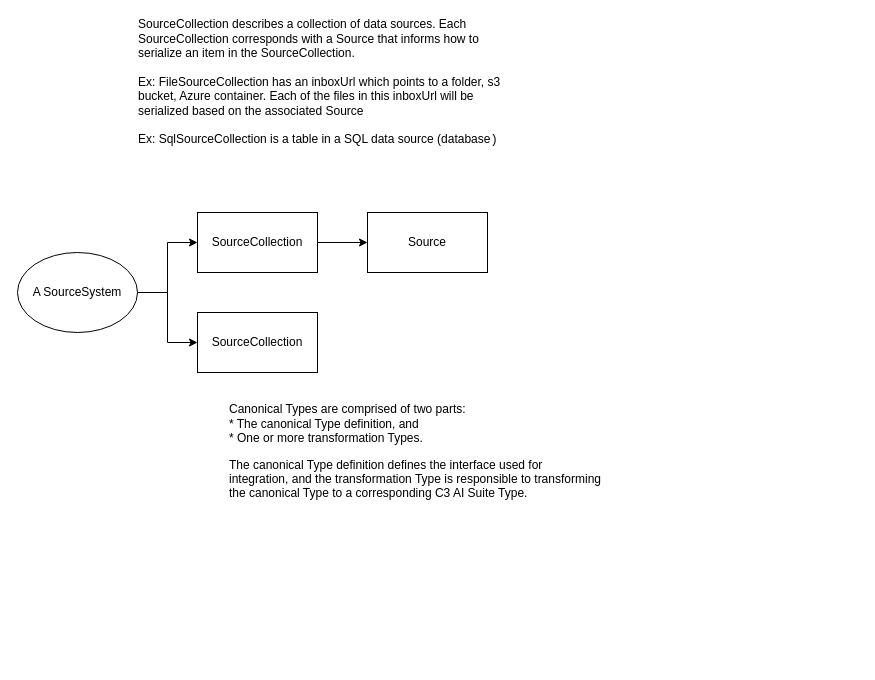
This is DataIntegration.drawio from c3-tiffanyhui/coursera, a draw.io file, before an edit. Source tidied: cells renumbered, new cells numbered last; positions are measured from the earlier drawing's top-left corner, leaving out a move shared by most shapes. Both pictures are drawn from the tidied source at 100%, with x=0, y=0 at pixel (17, 22).
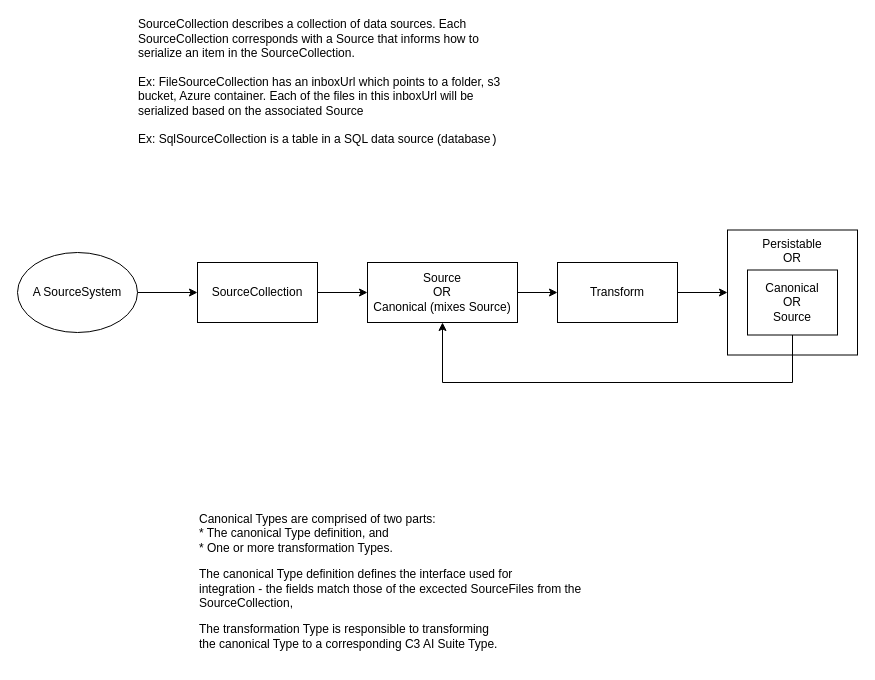
After the change.

Commit message:
Complete pipeline

The edit, as a diff of the source:
```diff
@@
 <mxGraphModel>
   <root>
     <mxCell id="0" />
     <mxCell id="1" parent="0" />
     <mxCell id="2" style="edgeStyle=orthogonalEdgeStyle;rounded=0;jettySize=auto;html=1;exitX=1;exitY=0.5;exitDx=0;exitDy=0;entryX=0;entryY=0.5;entryDx=0;entryDy=0;" parent="1" edge="1" source="4" target="6">
       <mxGeometry relative="1" as="geometry" />
     </mxCell>
-    <mxCell id="3" style="edgeStyle=orthogonalEdgeStyle;rounded=0;jettySize=auto;html=1;exitX=1;exitY=0.5;exitDx=0;exitDy=0;entryX=0;entryY=0.5;entryDx=0;entryDy=0;" parent="1" edge="1" source="4" target="7">
-      <mxGeometry relative="1" as="geometry" />
-    </mxCell>
     <mxCell id="4" value="A SourceSystem" style="ellipse;whiteSpace=wrap;html=1;" parent="1" vertex="1">
       <mxGeometry y="230" width="120" height="80" as="geometry" />
     </mxCell>
     <mxCell id="5" style="edgeStyle=orthogonalEdgeStyle;rounded=0;jettySize=auto;html=1;" parent="1" edge="1" source="6" target="10">
       <mxGeometry relative="1" as="geometry" />
     </mxCell>
     <mxCell id="6" value="SourceCollection" style="rounded=0;whiteSpace=wrap;html=1;" parent="1" vertex="1">
-      <mxGeometry x="180" y="190" width="120" height="60" as="geometry" />
+      <mxGeometry x="180" y="240" width="120" height="60" as="geometry" />
     </mxCell>
-    <mxCell id="7" value="SourceCollection" style="rounded=0;whiteSpace=wrap;html=1;" parent="1" vertex="1">
-      <mxGeometry x="180" y="290" width="120" height="60" as="geometry" />
-    </mxCell>
     <mxCell id="8" value="&lt;div align=&quot;left&quot;&gt;SourceCollection describes a collection of data sources. Each SourceCollection corresponds with a Source that informs how to serialize an item in the SourceCollection. &lt;br&gt;&lt;/div&gt;&lt;div align=&quot;left&quot;&gt;&lt;br&gt;&lt;/div&gt;&lt;div align=&quot;left&quot;&gt;Ex: FileSourceCollection has an inboxUrl which points to a folder, s3 bucket, Azure container. Each of the files in this inboxUrl will be serialized based on the associated Source&lt;/div&gt;&lt;div align=&quot;left&quot;&gt;&lt;br&gt;&lt;/div&gt;&lt;div align=&quot;left&quot;&gt;Ex: &lt;code&gt;&lt;font face=&quot;Helvetica&quot;&gt;SqlSourceCollection is a table in a SQL data source (database&lt;/font&gt;)&lt;br&gt;&lt;/code&gt;&lt;/div&gt;" style="text;html=1;strokeColor=none;fillColor=none;align=center;verticalAlign=middle;whiteSpace=wrap;rounded=0;" parent="1" vertex="1">
       <mxGeometry x="120" width="370" height="120" as="geometry" />
     </mxCell>
-    <mxCell id="9" value="Canonical Types are comprised of two parts:&lt;br&gt;&lt;div&gt;* The canonical Type definition, and&lt;/div&gt;&lt;div&gt;* One or more transformation Types.&lt;/div&gt;&lt;p&gt;The canonical Type definition defines the interface used for &lt;br&gt;integration, and the transformation Type is responsible to transforming &lt;br&gt;the canonical Type to a corresponding C3 AI Suite Type.&lt;br&gt;&lt;/p&gt;" style="text;html=1;strokeColor=none;fillColor=none;align=left;verticalAlign=middle;whiteSpace=wrap;rounded=0;" parent="1" vertex="1">
-      <mxGeometry x="210" y="370" width="395" height="130" as="geometry" />
+    <mxCell id="9" value="Canonical Types are comprised of two parts:&lt;br&gt;&lt;div&gt;* The canonical Type definition, and&lt;/div&gt;&lt;div&gt;* One or more transformation Types.&lt;/div&gt;&lt;p&gt;The canonical Type definition defines the interface used for &lt;br&gt;integration - the fields match those of the excected SourceFiles from the SourceCollection, &lt;br&gt;&lt;/p&gt;&lt;p&gt;The transformation Type is responsible to transforming &lt;br&gt;the canonical Type to a corresponding C3 AI Suite Type.&lt;br&gt;&lt;/p&gt;" style="text;html=1;strokeColor=none;fillColor=none;align=left;verticalAlign=middle;whiteSpace=wrap;rounded=0;" parent="1" vertex="1">
+      <mxGeometry x="180" y="500" width="395" height="130" as="geometry" />
     </mxCell>
+    <mxCell id="11" style="edgeStyle=orthogonalEdgeStyle;rounded=0;jettySize=auto;html=1;" parent="1" edge="1" source="10" target="13">
+      <mxGeometry relative="1" as="geometry" />
+    </mxCell>
-    <mxCell id="10" value="Source" style="rounded=0;whiteSpace=wrap;html=1;" parent="1" vertex="1">
-      <mxGeometry x="350" y="190" width="120" height="60" as="geometry" />
+    <mxCell id="10" value="Source&lt;br&gt;OR&lt;br&gt;Canonical (mixes Source)" style="rounded=0;whiteSpace=wrap;html=1;" parent="1" vertex="1">
+      <mxGeometry x="350" y="240" width="150" height="60" as="geometry" />
     </mxCell>
+    <mxCell id="12" style="edgeStyle=orthogonalEdgeStyle;rounded=0;jettySize=auto;html=1;" parent="1" edge="1" source="13" target="14">
+      <mxGeometry relative="1" as="geometry" />
+    </mxCell>
+    <mxCell id="13" value="Transform " style="rounded=0;whiteSpace=wrap;html=1;" parent="1" vertex="1">
+      <mxGeometry x="540" y="240" width="120" height="60" as="geometry" />
+    </mxCell>
+    <mxCell id="14" value="Persistable&lt;br&gt;OR" style="whiteSpace=wrap;html=1;rounded=0;verticalAlign=top;" parent="1" vertex="1">
+      <mxGeometry x="710" y="207.5" width="130" height="125" as="geometry" />
+    </mxCell>
+    <mxCell id="15" style="edgeStyle=orthogonalEdgeStyle;rounded=0;jettySize=auto;html=1;exitX=0.5;exitY=1;exitDx=0;exitDy=0;entryX=0.5;entryY=1;entryDx=0;entryDy=0;" parent="1" edge="1" source="16" target="10">
+      <mxGeometry relative="1" as="geometry">
+        <Array as="points">
+          <mxPoint x="775" y="360" />
+          <mxPoint x="425" y="360" />
+        </Array>
+      </mxGeometry>
+    </mxCell>
+    <mxCell id="16" value="Canonical&lt;br&gt;OR&lt;br&gt;Source" style="rounded=0;whiteSpace=wrap;html=1;align=center;" parent="1" vertex="1">
+      <mxGeometry x="730" y="247.5" width="90" height="65" as="geometry" />
+    </mxCell>
   </root>
 </mxGraphModel>
```
